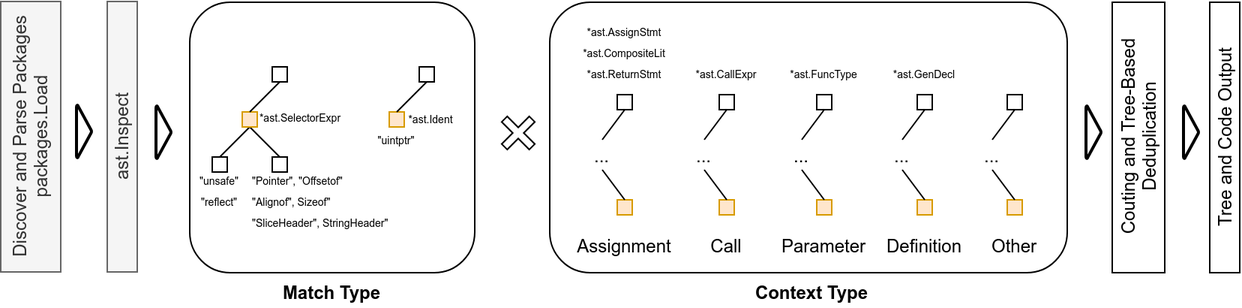
Earlier version of the draw.io export thesis/assets/figures/go-geiger-architecture.png (jlauinger/master-of-science). Source tidied: cells renumbered, new cells last; positions are measured from the earlier drawing's top-left corner, leaving out a move shared by most shapes.
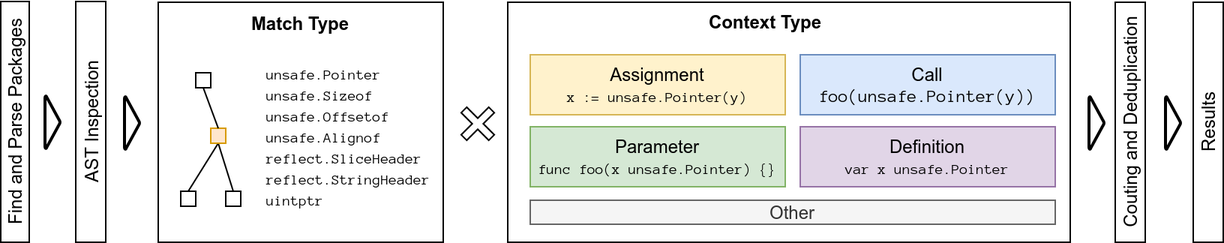
Later version of the same file.

Commit message:
paper: update figures 2 and 3

The edit, as a diff of the source:
```diff
@@ -2,11 +2,11 @@
   <root>
     <mxCell id="0" />
     <mxCell id="1" parent="0" />
-    <mxCell id="2" style="rounded=1;whiteSpace=wrap;html=1;align=left;" parent="1" vertex="1">
-      <mxGeometry x="366" width="345" height="180" as="geometry" />
+    <mxCell id="2" style="rounded=0;whiteSpace=wrap;html=1;align=left;glass=0;sketch=0;" parent="1" vertex="1">
+      <mxGeometry x="359" width="375" height="160" as="geometry" />
     </mxCell>
-    <mxCell id="3" style="rounded=1;whiteSpace=wrap;html=1;align=left;" parent="1" vertex="1">
-      <mxGeometry x="126" width="190" height="180" as="geometry" />
+    <mxCell id="3" style="rounded=0;whiteSpace=wrap;html=1;align=left;" parent="1" vertex="1">
+      <mxGeometry x="126" width="190" height="160" as="geometry" />
     </mxCell>
     <mxCell id="4" style="edgeStyle=none;rounded=0;jettySize=auto;html=1;exitX=0.5;exitY=1;exitDx=0;exitDy=0;entryX=0.5;entryY=0;entryDx=0;entryDy=0;endArrow=none;endFill=0;" parent="1" edge="1" source="6" target="8">
       <mxGeometry relative="1" as="geometry" />
@@ -15,178 +15,70 @@
       <mxGeometry relative="1" as="geometry" />
     </mxCell>
     <mxCell id="6" style="rounded=0;whiteSpace=wrap;html=1;fillColor=#ffe6cc;strokeColor=#d79b00;" parent="1" vertex="1">
-      <mxGeometry x="161" y="73" width="10" height="10" as="geometry" />
+      <mxGeometry x="161" y="84" width="10" height="10" as="geometry" />
     </mxCell>
     <mxCell id="7" style="rounded=0;whiteSpace=wrap;html=1;" parent="1" vertex="1">
-      <mxGeometry x="141" y="103" width="10" height="10" as="geometry" />
+      <mxGeometry x="141" y="126" width="10" height="10" as="geometry" />
     </mxCell>
     <mxCell id="8" style="rounded=0;whiteSpace=wrap;html=1;" parent="1" vertex="1">
-      <mxGeometry x="181" y="103" width="10" height="10" as="geometry" />
+      <mxGeometry x="171" y="126" width="10" height="10" as="geometry" />
     </mxCell>
     <mxCell id="9" style="edgeStyle=none;rounded=0;jettySize=auto;html=1;exitX=0.5;exitY=1;exitDx=0;exitDy=0;entryX=0.5;entryY=0;entryDx=0;entryDy=0;endArrow=none;endFill=0;" parent="1" edge="1" source="10" target="6">
       <mxGeometry relative="1" as="geometry" />
     </mxCell>
     <mxCell id="10" style="rounded=0;whiteSpace=wrap;html=1;" parent="1" vertex="1">
-      <mxGeometry x="181" y="43" width="10" height="10" as="geometry" />
+      <mxGeometry x="151" y="47" width="10" height="10" as="geometry" />
     </mxCell>
-    <mxCell id="11" style="rounded=0;whiteSpace=wrap;html=1;fillColor=#ffe6cc;strokeColor=#d79b00;" parent="1" vertex="1">
-      <mxGeometry x="259" y="73" width="10" height="10" as="geometry" />
-    </mxCell>
-    <mxCell id="12" style="rounded=0;jettySize=auto;html=1;exitX=0.5;exitY=1;exitDx=0;exitDy=0;entryX=0.5;entryY=0;entryDx=0;entryDy=0;endArrow=none;endFill=0;" parent="1" edge="1" source="13" target="11">
-      <mxGeometry relative="1" as="geometry" />
-    </mxCell>
-    <mxCell id="13" style="rounded=0;whiteSpace=wrap;html=1;" parent="1" vertex="1">
-      <mxGeometry x="279" y="43" width="10" height="10" as="geometry" />
-    </mxCell>
-    <mxCell id="14" value="&lt;font style=&quot;font-size: 7px&quot;&gt;*ast.SelectorExpr&lt;br&gt;&lt;/font&gt;" style="text;html=1;strokeColor=none;fillColor=none;align=center;verticalAlign=middle;whiteSpace=wrap;rounded=0;" parent="1" vertex="1">
-      <mxGeometry x="180" y="68" width="40" height="13" as="geometry" />
-    </mxCell>
-    <mxCell id="15" value="&lt;font style=&quot;font-size: 7px&quot;&gt;*ast.Ident&lt;br&gt;&lt;/font&gt;" style="text;html=1;strokeColor=none;fillColor=none;align=center;verticalAlign=middle;whiteSpace=wrap;rounded=0;" parent="1" vertex="1">
-      <mxGeometry x="267" y="69" width="40" height="13" as="geometry" />
-    </mxCell>
-    <mxCell id="16" value="&lt;font style=&quot;font-size: 7px&quot;&gt;&quot;unsafe&quot;&lt;br&gt;&quot;reflect&quot;&lt;br&gt;&lt;/font&gt;" style="text;html=1;strokeColor=none;fillColor=none;align=center;verticalAlign=middle;whiteSpace=wrap;rounded=0;" parent="1" vertex="1">
-      <mxGeometry x="126" y="117" width="40" height="13" as="geometry" />
-    </mxCell>
-    <mxCell id="17" value="&lt;font style=&quot;font-size: 7px&quot;&gt;&quot;Pointer&quot;,&amp;nbsp;&quot;Offsetof&quot;&lt;br&gt;&quot;Alignof&quot;,&amp;nbsp;Sizeof&quot;&lt;br&gt;&quot;SliceHeader&quot;,&amp;nbsp;StringHeader&quot;&lt;br&gt;&lt;/font&gt;" style="text;html=1;strokeColor=none;fillColor=none;align=left;verticalAlign=middle;whiteSpace=wrap;rounded=0;" parent="1" vertex="1">
-      <mxGeometry x="166" y="124" width="40" height="13" as="geometry" />
-    </mxCell>
-    <mxCell id="18" value="&lt;font style=&quot;font-size: 7px&quot;&gt;&quot;uintptr&quot;&lt;br&gt;&lt;/font&gt;" style="text;html=1;strokeColor=none;fillColor=none;align=center;verticalAlign=middle;whiteSpace=wrap;rounded=0;" parent="1" vertex="1">
-      <mxGeometry x="244" y="83" width="40" height="13" as="geometry" />
-    </mxCell>
-    <mxCell id="19" style="edgeStyle=none;rounded=0;jettySize=auto;html=1;exitX=0.5;exitY=1;exitDx=0;exitDy=0;entryX=0.5;entryY=0;entryDx=0;entryDy=0;endArrow=none;endFill=0;" parent="1" edge="1" source="20" target="23">
-      <mxGeometry relative="1" as="geometry" />
-    </mxCell>
-    <mxCell id="20" style="rounded=0;whiteSpace=wrap;html=1;" parent="1" vertex="1">
-      <mxGeometry x="411" y="61.5" width="10" height="10" as="geometry" />
-    </mxCell>
-    <mxCell id="21" style="rounded=0;whiteSpace=wrap;html=1;fillColor=#ffe6cc;strokeColor=#d79b00;" parent="1" vertex="1">
-      <mxGeometry x="411" y="131.5" width="10" height="10" as="geometry" />
-    </mxCell>
-    <mxCell id="22" style="edgeStyle=none;rounded=0;jettySize=auto;html=1;exitX=0.5;exitY=1;exitDx=0;exitDy=0;entryX=0.5;entryY=0;entryDx=0;entryDy=0;endArrow=none;endFill=0;" parent="1" edge="1" source="23" target="21">
-      <mxGeometry relative="1" as="geometry" />
-    </mxCell>
-    <mxCell id="23" value="..." style="text;html=1;strokeColor=none;fillColor=none;align=center;verticalAlign=middle;whiteSpace=wrap;rounded=0;" parent="1" vertex="1">
-      <mxGeometry x="381" y="91.5" width="40" height="20" as="geometry" />
-    </mxCell>
-    <mxCell id="24" value="Assignment" style="text;html=1;strokeColor=none;fillColor=none;align=center;verticalAlign=middle;whiteSpace=wrap;rounded=0;" parent="1" vertex="1">
-      <mxGeometry x="396" y="151.5" width="40" height="20" as="geometry" />
+    <mxCell id="24" value="&lt;font face=&quot;Helvetica&quot;&gt;Assignment&lt;/font&gt;&lt;br&gt;&lt;font style=&quot;font-size: 10px&quot;&gt;x := unsafe.Pointer(y)&lt;/font&gt;" style="text;html=1;strokeColor=#d6b656;fillColor=#fff2cc;align=center;verticalAlign=middle;whiteSpace=wrap;rounded=0;fontFamily=Anonymous Pro;FType=g;labelBackgroundColor=none;spacing=2;spacingTop=0;spacingBottom=0;" parent="1" vertex="1">
+      <mxGeometry x="374" y="35" width="170" height="40" as="geometry" />
     </mxCell>
-    <mxCell id="25" value="&lt;font style=&quot;font-size: 7px&quot;&gt;*ast.AssignStmt&lt;br&gt;*ast.CompositeLit&lt;br&gt;*ast.ReturnStmt&lt;br&gt;&lt;/font&gt;" style="text;html=1;strokeColor=none;fillColor=none;align=center;verticalAlign=middle;whiteSpace=wrap;rounded=0;" parent="1" vertex="1">
-      <mxGeometry x="396" y="21.5" width="40" height="20" as="geometry" />
-    </mxCell>
-    <mxCell id="26" style="edgeStyle=none;rounded=0;jettySize=auto;html=1;exitX=0.5;exitY=1;exitDx=0;exitDy=0;entryX=0.5;entryY=0;entryDx=0;entryDy=0;endArrow=none;endFill=0;" parent="1" edge="1" source="27" target="30">
-      <mxGeometry relative="1" as="geometry" />
-    </mxCell>
-    <mxCell id="27" style="rounded=0;whiteSpace=wrap;html=1;" parent="1" vertex="1">
-      <mxGeometry x="479" y="61.5" width="10" height="10" as="geometry" />
-    </mxCell>
-    <mxCell id="28" style="rounded=0;whiteSpace=wrap;html=1;fillColor=#ffe6cc;strokeColor=#d79b00;" parent="1" vertex="1">
-      <mxGeometry x="479" y="131.5" width="10" height="10" as="geometry" />
-    </mxCell>
-    <mxCell id="29" style="edgeStyle=none;rounded=0;jettySize=auto;html=1;exitX=0.5;exitY=1;exitDx=0;exitDy=0;entryX=0.5;entryY=0;entryDx=0;entryDy=0;endArrow=none;endFill=0;" parent="1" edge="1" source="30" target="28">
-      <mxGeometry relative="1" as="geometry" />
-    </mxCell>
-    <mxCell id="30" value="..." style="text;html=1;strokeColor=none;fillColor=none;align=center;verticalAlign=middle;whiteSpace=wrap;rounded=0;" parent="1" vertex="1">
-      <mxGeometry x="449" y="91.5" width="40" height="20" as="geometry" />
-    </mxCell>
-    <mxCell id="31" value="Call" style="text;html=1;strokeColor=none;fillColor=none;align=center;verticalAlign=middle;whiteSpace=wrap;rounded=0;" parent="1" vertex="1">
-      <mxGeometry x="464" y="151.5" width="40" height="20" as="geometry" />
-    </mxCell>
-    <mxCell id="32" value="&lt;font style=&quot;font-size: 7px&quot;&gt;&lt;br&gt;&lt;br&gt;*ast.CallExpr&lt;br&gt;&lt;/font&gt;" style="text;html=1;strokeColor=none;fillColor=none;align=center;verticalAlign=middle;whiteSpace=wrap;rounded=0;" parent="1" vertex="1">
-      <mxGeometry x="464" y="21.5" width="40" height="20" as="geometry" />
-    </mxCell>
-    <mxCell id="33" style="edgeStyle=none;rounded=0;jettySize=auto;html=1;exitX=0.5;exitY=1;exitDx=0;exitDy=0;entryX=0.5;entryY=0;entryDx=0;entryDy=0;endArrow=none;endFill=0;" parent="1" edge="1" source="34" target="37">
-      <mxGeometry relative="1" as="geometry" />
-    </mxCell>
-    <mxCell id="34" style="rounded=0;whiteSpace=wrap;html=1;" parent="1" vertex="1">
-      <mxGeometry x="544" y="61.5" width="10" height="10" as="geometry" />
-    </mxCell>
-    <mxCell id="35" style="rounded=0;whiteSpace=wrap;html=1;fillColor=#ffe6cc;strokeColor=#d79b00;" parent="1" vertex="1">
-      <mxGeometry x="544" y="131.5" width="10" height="10" as="geometry" />
-    </mxCell>
-    <mxCell id="36" style="edgeStyle=none;rounded=0;jettySize=auto;html=1;exitX=0.5;exitY=1;exitDx=0;exitDy=0;entryX=0.5;entryY=0;entryDx=0;entryDy=0;endArrow=none;endFill=0;" parent="1" edge="1" source="37" target="35">
-      <mxGeometry relative="1" as="geometry" />
-    </mxCell>
-    <mxCell id="37" value="..." style="text;html=1;strokeColor=none;fillColor=none;align=center;verticalAlign=middle;whiteSpace=wrap;rounded=0;" parent="1" vertex="1">
-      <mxGeometry x="514" y="91.5" width="40" height="20" as="geometry" />
-    </mxCell>
-    <mxCell id="38" value="Parameter" style="text;html=1;strokeColor=none;fillColor=none;align=center;verticalAlign=middle;whiteSpace=wrap;rounded=0;" parent="1" vertex="1">
-      <mxGeometry x="529" y="151.5" width="40" height="20" as="geometry" />
-    </mxCell>
-    <mxCell id="39" value="&lt;font style=&quot;font-size: 7px&quot;&gt;&lt;br&gt;&lt;br&gt;*ast.FuncType&lt;br&gt;&lt;/font&gt;" style="text;html=1;strokeColor=none;fillColor=none;align=center;verticalAlign=middle;whiteSpace=wrap;rounded=0;" parent="1" vertex="1">
-      <mxGeometry x="529" y="21.5" width="40" height="20" as="geometry" />
-    </mxCell>
-    <mxCell id="40" style="edgeStyle=none;rounded=0;jettySize=auto;html=1;exitX=0.5;exitY=1;exitDx=0;exitDy=0;entryX=0.5;entryY=0;entryDx=0;entryDy=0;endArrow=none;endFill=0;" parent="1" edge="1" source="41" target="44">
-      <mxGeometry relative="1" as="geometry" />
-    </mxCell>
-    <mxCell id="41" style="rounded=0;whiteSpace=wrap;html=1;" parent="1" vertex="1">
-      <mxGeometry x="611" y="61.5" width="10" height="10" as="geometry" />
-    </mxCell>
-    <mxCell id="42" style="rounded=0;whiteSpace=wrap;html=1;fillColor=#ffe6cc;strokeColor=#d79b00;" parent="1" vertex="1">
-      <mxGeometry x="611" y="131.5" width="10" height="10" as="geometry" />
-    </mxCell>
-    <mxCell id="43" style="edgeStyle=none;rounded=0;jettySize=auto;html=1;exitX=0.5;exitY=1;exitDx=0;exitDy=0;entryX=0.5;entryY=0;entryDx=0;entryDy=0;endArrow=none;endFill=0;" parent="1" edge="1" source="44" target="42">
-      <mxGeometry relative="1" as="geometry" />
-    </mxCell>
-    <mxCell id="44" value="..." style="text;html=1;strokeColor=none;fillColor=none;align=center;verticalAlign=middle;whiteSpace=wrap;rounded=0;" parent="1" vertex="1">
-      <mxGeometry x="581" y="91.5" width="40" height="20" as="geometry" />
-    </mxCell>
-    <mxCell id="45" value="Definition" style="text;html=1;strokeColor=none;fillColor=none;align=center;verticalAlign=middle;whiteSpace=wrap;rounded=0;" parent="1" vertex="1">
-      <mxGeometry x="596" y="151.5" width="40" height="20" as="geometry" />
-    </mxCell>
-    <mxCell id="46" value="&lt;font style=&quot;font-size: 7px&quot;&gt;&lt;br&gt;&lt;br&gt;*ast.GenDecl&lt;br&gt;&lt;/font&gt;" style="text;html=1;strokeColor=none;fillColor=none;align=center;verticalAlign=middle;whiteSpace=wrap;rounded=0;" parent="1" vertex="1">
-      <mxGeometry x="596" y="21.5" width="40" height="20" as="geometry" />
-    </mxCell>
-    <mxCell id="47" style="edgeStyle=none;rounded=0;jettySize=auto;html=1;exitX=0.5;exitY=1;exitDx=0;exitDy=0;entryX=0.5;entryY=0;entryDx=0;entryDy=0;endArrow=none;endFill=0;" parent="1" edge="1" source="48" target="51">
-      <mxGeometry relative="1" as="geometry" />
-    </mxCell>
-    <mxCell id="48" style="rounded=0;whiteSpace=wrap;html=1;" parent="1" vertex="1">
-      <mxGeometry x="671" y="61.5" width="10" height="10" as="geometry" />
-    </mxCell>
-    <mxCell id="49" style="rounded=0;whiteSpace=wrap;html=1;fillColor=#ffe6cc;strokeColor=#d79b00;" parent="1" vertex="1">
-      <mxGeometry x="671" y="131.5" width="10" height="10" as="geometry" />
-    </mxCell>
-    <mxCell id="50" style="edgeStyle=none;rounded=0;jettySize=auto;html=1;exitX=0.5;exitY=1;exitDx=0;exitDy=0;entryX=0.5;entryY=0;entryDx=0;entryDy=0;endArrow=none;endFill=0;" parent="1" edge="1" source="51" target="49">
-      <mxGeometry relative="1" as="geometry" />
-    </mxCell>
-    <mxCell id="51" value="..." style="text;html=1;strokeColor=none;fillColor=none;align=center;verticalAlign=middle;whiteSpace=wrap;rounded=0;" parent="1" vertex="1">
-      <mxGeometry x="641" y="91.5" width="40" height="20" as="geometry" />
-    </mxCell>
-    <mxCell id="52" value="Other" style="text;html=1;strokeColor=none;fillColor=none;align=center;verticalAlign=middle;whiteSpace=wrap;rounded=0;" parent="1" vertex="1">
-      <mxGeometry x="656" y="151.5" width="40" height="20" as="geometry" />
-    </mxCell>
     <mxCell id="53" style="shape=cross;whiteSpace=wrap;html=1;align=left;rotation=-45;" parent="1" vertex="1">
-      <mxGeometry x="332" y="74" width="26" height="26" as="geometry" />
+      <mxGeometry x="326" y="68" width="26" height="26" as="geometry" />
     </mxCell>
     <mxCell id="54" value="&lt;b&gt;Match Type&lt;/b&gt;" style="text;html=1;strokeColor=none;fillColor=none;align=center;verticalAlign=middle;whiteSpace=wrap;rounded=0;" parent="1" vertex="1">
-      <mxGeometry x="121" y="183" width="200" height="20" as="geometry" />
+      <mxGeometry x="121" y="3.5" width="200" height="20" as="geometry" />
     </mxCell>
     <mxCell id="55" value="&lt;b&gt;Context Type&lt;/b&gt;" style="text;html=1;strokeColor=none;fillColor=none;align=center;verticalAlign=middle;whiteSpace=wrap;rounded=0;" parent="1" vertex="1">
-      <mxGeometry x="371" y="183" width="340" height="20" as="geometry" />
+      <mxGeometry x="361.5" y="3" width="340" height="20" as="geometry" />
     </mxCell>
-    <mxCell id="56" value="ast.Inspect" style="rounded=0;whiteSpace=wrap;html=1;align=center;horizontal=0;fillColor=#f5f5f5;strokeColor=#666666;fontColor=#333333;" parent="1" vertex="1">
-      <mxGeometry x="71" y="-0.5" width="20" height="180" as="geometry" />
+    <mxCell id="56" value="AST Inspection" style="rounded=0;whiteSpace=wrap;html=1;align=center;horizontal=0;" parent="1" vertex="1">
+      <mxGeometry x="71" y="-0.5" width="20" height="160.5" as="geometry" />
     </mxCell>
-    <mxCell id="57" value="Discover and Parse Packages&lt;br&gt;packages.Load" style="rounded=0;whiteSpace=wrap;html=1;align=center;horizontal=0;fillColor=#f5f5f5;strokeColor=#666666;fontColor=#333333;" parent="1" vertex="1">
-      <mxGeometry y="-0.5" width="40" height="180" as="geometry" />
+    <mxCell id="57" value="Find and Parse Packages" style="rounded=0;whiteSpace=wrap;html=1;align=center;horizontal=0;verticalAlign=bottom;" parent="1" vertex="1">
+      <mxGeometry x="21" y="-0.5" width="19" height="160.5" as="geometry" />
     </mxCell>
     <mxCell id="58" style="strokeWidth=2;html=1;shape=mxgraph.flowchart.merge_or_storage;whiteSpace=wrap;labelBackgroundColor=none;fillColor=none;gradientColor=none;align=left;rotation=-90;" parent="1" vertex="1">
-      <mxGeometry x="91" y="81.5" width="35" height="10" as="geometry" />
+      <mxGeometry x="91" y="75.5" width="35" height="10" as="geometry" />
     </mxCell>
     <mxCell id="59" style="strokeWidth=2;html=1;shape=mxgraph.flowchart.merge_or_storage;whiteSpace=wrap;labelBackgroundColor=none;fillColor=none;gradientColor=none;align=left;rotation=-90;" parent="1" vertex="1">
-      <mxGeometry x="38" y="81" width="35" height="10" as="geometry" />
+      <mxGeometry x="38" y="75" width="35" height="10" as="geometry" />
     </mxCell>
-    <mxCell id="60" value="Couting and Tree-Based Deduplication" style="rounded=0;whiteSpace=wrap;html=1;align=center;horizontal=0;" parent="1" vertex="1">
-      <mxGeometry x="741" width="35" height="180" as="geometry" />
+    <mxCell id="60" value="Couting and Deduplication" style="rounded=0;whiteSpace=wrap;html=1;align=center;horizontal=0;" parent="1" vertex="1">
+      <mxGeometry x="764" width="20" height="160" as="geometry" />
     </mxCell>
     <mxCell id="61" style="strokeWidth=2;html=1;shape=mxgraph.flowchart.merge_or_storage;whiteSpace=wrap;labelBackgroundColor=none;fillColor=none;gradientColor=none;align=left;rotation=-90;" parent="1" vertex="1">
-      <mxGeometry x="711" y="81.5" width="35" height="10" as="geometry" />
+      <mxGeometry x="734" y="75.5" width="35" height="10" as="geometry" />
     </mxCell>
-    <mxCell id="62" value="Tree and Code Output" style="rounded=0;whiteSpace=wrap;html=1;align=center;horizontal=0;" parent="1" vertex="1">
-      <mxGeometry x="806" width="20" height="180" as="geometry" />
+    <mxCell id="62" value="Results" style="rounded=0;whiteSpace=wrap;html=1;align=center;horizontal=0;" parent="1" vertex="1">
+      <mxGeometry x="816" width="20" height="160" as="geometry" />
     </mxCell>
     <mxCell id="63" style="strokeWidth=2;html=1;shape=mxgraph.flowchart.merge_or_storage;whiteSpace=wrap;labelBackgroundColor=none;fillColor=none;gradientColor=none;align=left;rotation=-90;" parent="1" vertex="1">
-      <mxGeometry x="776" y="81.5" width="35" height="10" as="geometry" />
+      <mxGeometry x="785" y="75.5" width="35" height="10" as="geometry" />
     </mxCell>
+    <mxCell id="64" value="&lt;font face=&quot;Helvetica&quot;&gt;Call&lt;/font&gt;&lt;br&gt;foo(unsafe.Pointer(y))" style="text;html=1;strokeColor=#6c8ebf;fillColor=#dae8fc;align=center;verticalAlign=middle;whiteSpace=wrap;rounded=0;fontFamily=Anonymous Pro;FType=g;labelBackgroundColor=none;spacing=2;spacingTop=0;spacingBottom=0;" parent="1" vertex="1">
+      <mxGeometry x="554" y="35" width="170" height="40" as="geometry" />
+    </mxCell>
+    <mxCell id="65" value="&lt;font face=&quot;Helvetica&quot;&gt;Parameter&lt;/font&gt;&lt;br&gt;&lt;font style=&quot;font-size: 10px&quot;&gt;func foo(x unsafe.Pointer) {}&lt;/font&gt;" style="text;html=1;strokeColor=#82b366;fillColor=#d5e8d4;align=center;verticalAlign=middle;whiteSpace=wrap;rounded=0;fontFamily=Anonymous Pro;FType=g;labelBackgroundColor=none;spacing=2;spacingTop=0;spacingBottom=0;" parent="1" vertex="1">
+      <mxGeometry x="374" y="83" width="170" height="40" as="geometry" />
+    </mxCell>
+    <mxCell id="66" value="&lt;font face=&quot;Helvetica&quot;&gt;Definition&lt;/font&gt;&lt;br&gt;&lt;font style=&quot;font-size: 10px&quot;&gt;var x unsafe.Pointer&lt;/font&gt;" style="text;html=1;strokeColor=#9673a6;fillColor=#e1d5e7;align=center;verticalAlign=middle;whiteSpace=wrap;rounded=0;fontFamily=Anonymous Pro;FType=g;labelBackgroundColor=none;spacing=2;spacingTop=0;spacingBottom=0;" parent="1" vertex="1">
+      <mxGeometry x="554" y="83" width="170" height="40" as="geometry" />
+    </mxCell>
+    <mxCell id="52" value="&lt;font face=&quot;Helvetica&quot;&gt;Other&lt;/font&gt;" style="text;html=1;strokeColor=#666666;fillColor=#f5f5f5;align=center;verticalAlign=middle;whiteSpace=wrap;rounded=0;fontFamily=Anonymous Pro;FType=g;labelBackgroundColor=none;spacing=2;spacingTop=0;spacingBottom=0;fontColor=#333333;" parent="1" vertex="1">
+      <mxGeometry x="374" y="132" width="350" height="16" as="geometry" />
+    </mxCell>
+    <mxCell id="67" value="&lt;p style=&quot;line-height: 150%&quot;&gt;&lt;/p&gt;&lt;div style=&quot;text-align: left ; font-size: 10px&quot;&gt;&lt;font face=&quot;Anonymous Pro&quot; style=&quot;font-size: 10px&quot;&gt;unsafe.Pointer&lt;/font&gt;&lt;/div&gt;&lt;div style=&quot;text-align: left ; font-size: 2px&quot;&gt;&lt;font face=&quot;Anonymous Pro&quot; style=&quot;font-size: 2px&quot;&gt;&lt;br&gt;&lt;/font&gt;&lt;/div&gt;&lt;div style=&quot;text-align: left ; font-size: 2px&quot;&gt;&lt;span&gt;&lt;font face=&quot;Anonymous Pro&quot; style=&quot;font-size: 10px&quot;&gt;unsafe.Sizeof&lt;/font&gt;&lt;/span&gt;&lt;/div&gt;&lt;div style=&quot;text-align: left ; font-size: 2px&quot;&gt;&lt;font face=&quot;Anonymous Pro&quot; style=&quot;font-size: 2px&quot;&gt;&lt;br&gt;&lt;/font&gt;&lt;/div&gt;&lt;div style=&quot;text-align: left ; font-size: 2px&quot;&gt;&lt;span&gt;&lt;font face=&quot;Anonymous Pro&quot; style=&quot;font-size: 10px&quot;&gt;unsafe.Offsetof&lt;/font&gt;&lt;/span&gt;&lt;/div&gt;&lt;div style=&quot;text-align: left ; font-size: 2px&quot;&gt;&lt;font face=&quot;Anonymous Pro&quot; style=&quot;font-size: 2px&quot;&gt;&lt;br&gt;&lt;/font&gt;&lt;/div&gt;&lt;div style=&quot;text-align: left ; font-size: 2px&quot;&gt;&lt;span&gt;&lt;font face=&quot;Anonymous Pro&quot; style=&quot;font-size: 10px&quot;&gt;unsafe.Alignof&lt;/font&gt;&lt;/span&gt;&lt;/div&gt;&lt;div style=&quot;text-align: left ; font-size: 2px&quot;&gt;&lt;font face=&quot;Anonymous Pro&quot; style=&quot;font-size: 2px&quot;&gt;&lt;br&gt;&lt;/font&gt;&lt;/div&gt;&lt;div style=&quot;text-align: left ; font-size: 2px&quot;&gt;&lt;span&gt;&lt;font face=&quot;Anonymous Pro&quot; style=&quot;font-size: 10px&quot;&gt;reflect.SliceHeader&lt;/font&gt;&lt;/span&gt;&lt;/div&gt;&lt;div style=&quot;text-align: left ; font-size: 2px&quot;&gt;&lt;font face=&quot;Anonymous Pro&quot; style=&quot;font-size: 2px&quot;&gt;&lt;br&gt;&lt;/font&gt;&lt;/div&gt;&lt;div style=&quot;text-align: left ; font-size: 2px&quot;&gt;&lt;span&gt;&lt;font face=&quot;Anonymous Pro&quot; style=&quot;font-size: 10px&quot;&gt;reflect.StringHeader&lt;/font&gt;&lt;/span&gt;&lt;/div&gt;&lt;div style=&quot;text-align: left ; font-size: 2px&quot;&gt;&lt;font face=&quot;Anonymous Pro&quot; style=&quot;font-size: 2px&quot;&gt;&lt;br&gt;&lt;/font&gt;&lt;/div&gt;&lt;div style=&quot;text-align: left ; font-size: 10px&quot;&gt;&lt;font face=&quot;Anonymous Pro&quot; style=&quot;font-size: 10px&quot;&gt;uintptr&lt;/font&gt;&lt;/div&gt;&lt;p&gt;&lt;/p&gt;" style="text;html=1;strokeColor=none;fillColor=none;align=center;verticalAlign=middle;whiteSpace=wrap;rounded=0;glass=0;labelBackgroundColor=none;sketch=0;" parent="1" vertex="1">
+      <mxGeometry x="190" y="35" width="126" height="110" as="geometry" />
+    </mxCell>
   </root>
 </mxGraphModel>
```
